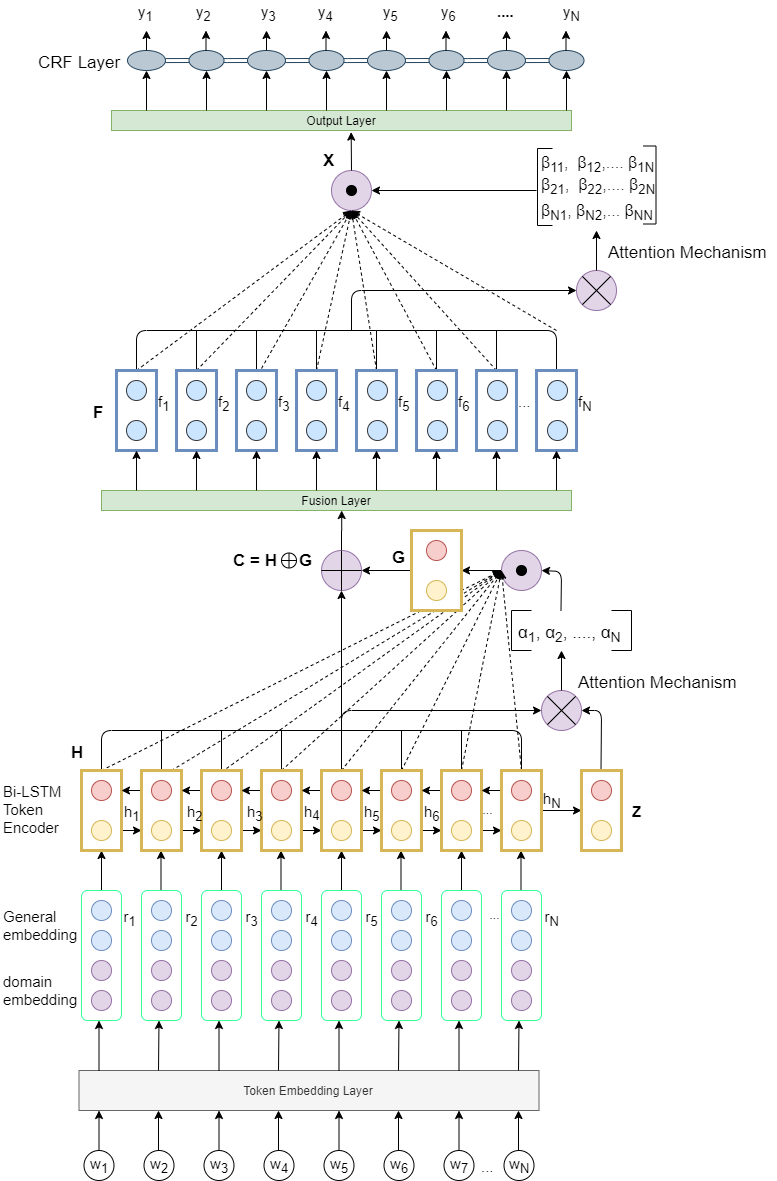
This is HSAN.png from aditya-srikanth/Hierarchical-Self-Attention-Network, a draw.io export, as it was before one commit. Source tidied: cells renumbered, new cells last; positions are measured from the earlier drawing's top-left corner, leaving out a move shared by most shapes.
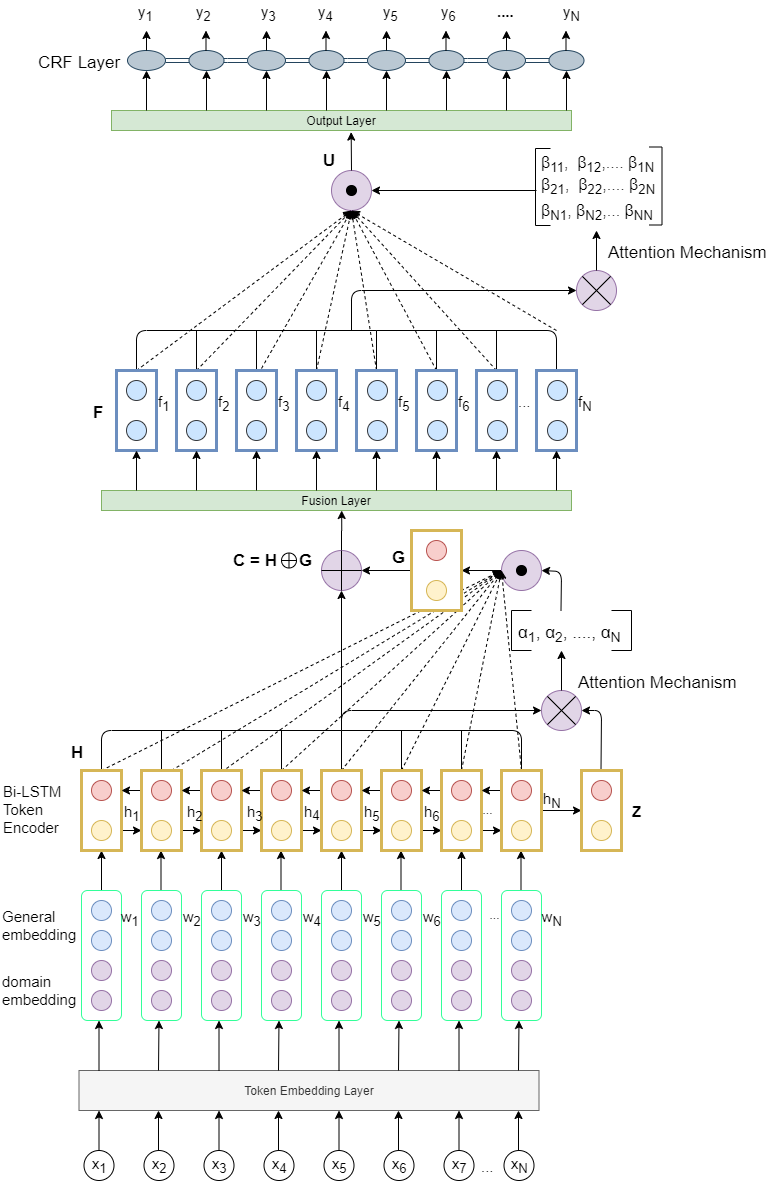
After the commit.

Commit message:
Updated Results and Architecture

Diff of the diagram source:
```diff
@@ -50,28 +50,28 @@
         <mxPoint x="517" y="1110" as="targetPoint" />
       </mxGeometry>
     </mxCell>
-    <mxCell id="10" value="&lt;font style=&quot;font-size: 15px&quot;&gt;w&lt;sub&gt;1&lt;/sub&gt;&lt;/font&gt;" style="ellipse;whiteSpace=wrap;html=1;" parent="1" vertex="1">
+    <mxCell id="10" value="&lt;font style=&quot;font-size: 15px&quot;&gt;x&lt;sub&gt;1&lt;/sub&gt;&lt;/font&gt;" style="ellipse;whiteSpace=wrap;html=1;" parent="1" vertex="1">
       <mxGeometry x="82.5" y="1150" width="30" height="30" as="geometry" />
     </mxCell>
-    <mxCell id="11" value="&lt;span style=&quot;white-space: normal&quot;&gt;&lt;font style=&quot;font-size: 15px&quot;&gt;w&lt;sub&gt;2&lt;/sub&gt;&lt;/font&gt;&lt;/span&gt;" style="ellipse;whiteSpace=wrap;html=1;" parent="1" vertex="1">
+    <mxCell id="11" value="&lt;span style=&quot;white-space: normal&quot;&gt;&lt;font style=&quot;font-size: 15px&quot;&gt;x&lt;sub&gt;2&lt;/sub&gt;&lt;/font&gt;&lt;/span&gt;" style="ellipse;whiteSpace=wrap;html=1;" parent="1" vertex="1">
       <mxGeometry x="142.5" y="1150" width="30" height="30" as="geometry" />
     </mxCell>
-    <mxCell id="12" value="&lt;span style=&quot;white-space: normal&quot;&gt;&lt;font style=&quot;font-size: 15px&quot;&gt;w&lt;sub&gt;3&lt;/sub&gt;&lt;/font&gt;&lt;/span&gt;" style="ellipse;whiteSpace=wrap;html=1;" parent="1" vertex="1">
+    <mxCell id="12" value="&lt;span style=&quot;white-space: normal&quot;&gt;&lt;font style=&quot;font-size: 15px&quot;&gt;x&lt;sub&gt;3&lt;/sub&gt;&lt;/font&gt;&lt;/span&gt;" style="ellipse;whiteSpace=wrap;html=1;" parent="1" vertex="1">
       <mxGeometry x="202.5" y="1150" width="30" height="30" as="geometry" />
     </mxCell>
-    <mxCell id="13" value="&lt;span style=&quot;white-space: normal&quot;&gt;&lt;font style=&quot;font-size: 15px&quot;&gt;w&lt;sub&gt;4&lt;/sub&gt;&lt;/font&gt;&lt;/span&gt;" style="ellipse;whiteSpace=wrap;html=1;" parent="1" vertex="1">
+    <mxCell id="13" value="&lt;span style=&quot;white-space: normal&quot;&gt;&lt;font style=&quot;font-size: 15px&quot;&gt;x&lt;sub&gt;4&lt;/sub&gt;&lt;/font&gt;&lt;/span&gt;" style="ellipse;whiteSpace=wrap;html=1;" parent="1" vertex="1">
       <mxGeometry x="262.5" y="1150" width="30" height="30" as="geometry" />
     </mxCell>
-    <mxCell id="14" value="&lt;span style=&quot;white-space: normal&quot;&gt;&lt;font style=&quot;font-size: 15px&quot;&gt;w&lt;sub&gt;5&lt;/sub&gt;&lt;/font&gt;&lt;/span&gt;" style="ellipse;whiteSpace=wrap;html=1;" parent="1" vertex="1">
+    <mxCell id="14" value="&lt;span style=&quot;white-space: normal&quot;&gt;&lt;font style=&quot;font-size: 15px&quot;&gt;x&lt;sub&gt;5&lt;/sub&gt;&lt;/font&gt;&lt;/span&gt;" style="ellipse;whiteSpace=wrap;html=1;" parent="1" vertex="1">
       <mxGeometry x="322.5" y="1150" width="30" height="30" as="geometry" />
     </mxCell>
-    <mxCell id="15" value="&lt;span style=&quot;white-space: normal&quot;&gt;&lt;font style=&quot;font-size: 15px&quot;&gt;w&lt;sub&gt;6&lt;/sub&gt;&lt;/font&gt;&lt;/span&gt;" style="ellipse;whiteSpace=wrap;html=1;" parent="1" vertex="1">
+    <mxCell id="15" value="&lt;span style=&quot;white-space: normal&quot;&gt;&lt;font style=&quot;font-size: 15px&quot;&gt;x&lt;sub&gt;6&lt;/sub&gt;&lt;/font&gt;&lt;/span&gt;" style="ellipse;whiteSpace=wrap;html=1;" parent="1" vertex="1">
       <mxGeometry x="382.5" y="1150" width="30" height="30" as="geometry" />
     </mxCell>
-    <mxCell id="16" value="&lt;span style=&quot;white-space: normal&quot;&gt;&lt;font style=&quot;font-size: 15px&quot;&gt;w&lt;sub&gt;7&lt;/sub&gt;&lt;/font&gt;&lt;/span&gt;" style="ellipse;whiteSpace=wrap;html=1;" parent="1" vertex="1">
+    <mxCell id="16" value="&lt;span style=&quot;white-space: normal&quot;&gt;&lt;font style=&quot;font-size: 15px&quot;&gt;x&lt;sub&gt;7&lt;/sub&gt;&lt;/font&gt;&lt;/span&gt;" style="ellipse;whiteSpace=wrap;html=1;" parent="1" vertex="1">
       <mxGeometry x="442.5" y="1150" width="30" height="30" as="geometry" />
     </mxCell>
-    <mxCell id="17" value="&lt;span style=&quot;white-space: normal&quot;&gt;&lt;font style=&quot;font-size: 15px&quot;&gt;w&lt;sub&gt;N&lt;/sub&gt;&lt;/font&gt;&lt;/span&gt;" style="ellipse;whiteSpace=wrap;html=1;" parent="1" vertex="1">
+    <mxCell id="17" value="&lt;span style=&quot;white-space: normal&quot;&gt;&lt;font style=&quot;font-size: 15px&quot;&gt;x&lt;sub&gt;N&lt;/sub&gt;&lt;/font&gt;&lt;/span&gt;" style="ellipse;whiteSpace=wrap;html=1;" parent="1" vertex="1">
       <mxGeometry x="502.5" y="1150" width="30" height="30" as="geometry" />
     </mxCell>
     <mxCell id="18" value="Token Embedding Layer" style="rounded=0;whiteSpace=wrap;html=1;fillColor=#f5f5f5;strokeColor=#666666;fontColor=#333333;" parent="1" vertex="1">
@@ -627,10 +627,10 @@
       </mxGeometry>
     </mxCell>
     <mxCell id="137" style="shape=partialRectangle;whiteSpace=wrap;html=1;bottom=1;right=1;left=1;top=0;fillColor=none;routingCenterX=-0.5;rotation=90;" parent="1" vertex="1">
-      <mxGeometry x="505" y="179" width="77" height="15" as="geometry" />
+      <mxGeometry x="503" y="179" width="77" height="15" as="geometry" />
     </mxCell>
     <mxCell id="138" style="shape=partialRectangle;whiteSpace=wrap;html=1;bottom=1;right=1;left=1;top=0;fillColor=none;routingCenterX=-0.5;rotation=-90;" parent="1" vertex="1">
-      <mxGeometry x="609" y="178" width="78" height="13" as="geometry" />
+      <mxGeometry x="615" y="179" width="78" height="13" as="geometry" />
     </mxCell>
     <mxCell id="139" value="&lt;font style=&quot;font-size: 16px&quot;&gt;&lt;span class=&quot;st&quot;&gt;β&lt;/span&gt;&lt;font style=&quot;font-size: 16px&quot;&gt;&lt;sub&gt;11&lt;/sub&gt;,&amp;nbsp; &lt;/font&gt;&lt;span class=&quot;st&quot;&gt;β&lt;/span&gt;&lt;font style=&quot;font-size: 16px&quot;&gt;&lt;sub&gt;12&lt;/sub&gt;,.... &lt;/font&gt;&lt;span class=&quot;st&quot;&gt;β&lt;/span&gt;&lt;font style=&quot;font-size: 16px&quot;&gt;&lt;sub&gt;1N&lt;/sub&gt;&lt;br&gt;&lt;/font&gt;&lt;span class=&quot;st&quot;&gt;β&lt;/span&gt;&lt;font style=&quot;font-size: 16px&quot;&gt;&lt;sub&gt;21&lt;/sub&gt;,&lt;/font&gt;&lt;span class=&quot;st&quot;&gt;&amp;nbsp; β&lt;/span&gt;&lt;font style=&quot;font-size: 16px&quot;&gt;&lt;sub&gt;22&lt;/sub&gt;,.... &lt;/font&gt;&lt;span class=&quot;st&quot;&gt;β&lt;/span&gt;&lt;font style=&quot;font-size: 16px&quot;&gt;&lt;sub&gt;2N&lt;br style=&quot;font-size: 16px&quot;&gt;&lt;/sub&gt;&lt;/font&gt;&lt;span class=&quot;st&quot;&gt;β&lt;/span&gt;&lt;font style=&quot;font-size: 16px&quot;&gt;&lt;sub&gt;N1&lt;/sub&gt;,&lt;/font&gt;&lt;span class=&quot;st&quot;&gt; β&lt;/span&gt;&lt;font style=&quot;font-size: 16px&quot;&gt;&lt;sub&gt;N2&lt;/sub&gt;,... &lt;/font&gt;&lt;span class=&quot;st&quot;&gt;β&lt;/span&gt;&lt;font style=&quot;font-size: 16px&quot;&gt;&lt;sub&gt;NN&lt;/sub&gt;&lt;/font&gt;&lt;/font&gt;" style="text;html=1;align=left;verticalAlign=top;spacingTop=-4;" parent="1" vertex="1">
       <mxGeometry x="537.5" y="150" width="120" height="60" as="geometry" />
@@ -958,29 +958,29 @@
     <mxCell id="230" value="&lt;font style=&quot;font-size: 15px&quot;&gt;domain&lt;br&gt;embedding&lt;/font&gt;" style="text;html=1;align=left;verticalAlign=top;spacingTop=-4;" parent="1" vertex="1">
       <mxGeometry x="-0.5" y="970" width="90" height="30" as="geometry" />
     </mxCell>
-    <mxCell id="231" value="&lt;font style=&quot;font-size: 15px&quot;&gt;r&lt;sub&gt;1&lt;/sub&gt;&lt;/font&gt;" style="text;html=1;align=center;verticalAlign=top;spacingTop=-4;" parent="1" vertex="1">
+    <mxCell id="231" value="&lt;font style=&quot;font-size: 15px&quot;&gt;w&lt;sub&gt;1&lt;/sub&gt;&lt;/font&gt;" style="text;html=1;align=center;verticalAlign=top;spacingTop=-4;" parent="1" vertex="1">
       <mxGeometry x="112.5" y="905" width="30" height="20" as="geometry" />
     </mxCell>
-    <mxCell id="232" value="&lt;font style=&quot;font-size: 15px&quot;&gt;r&lt;sub&gt;2&lt;/sub&gt;&lt;/font&gt;" style="text;html=1;align=center;verticalAlign=top;spacingTop=-4;" parent="1" vertex="1">
+    <mxCell id="232" value="&lt;font style=&quot;font-size: 15px&quot;&gt;w&lt;sub&gt;2&lt;/sub&gt;&lt;/font&gt;" style="text;html=1;align=center;verticalAlign=top;spacingTop=-4;" parent="1" vertex="1">
       <mxGeometry x="175" y="905" width="30" height="20" as="geometry" />
     </mxCell>
-    <mxCell id="233" value="&lt;font style=&quot;font-size: 15px&quot;&gt;r&lt;sub&gt;3&lt;/sub&gt;&lt;/font&gt;" style="text;html=1;align=center;verticalAlign=top;spacingTop=-4;" parent="1" vertex="1">
+    <mxCell id="233" value="&lt;font style=&quot;font-size: 15px&quot;&gt;w&lt;sub&gt;3&lt;/sub&gt;&lt;/font&gt;" style="text;html=1;align=center;verticalAlign=top;spacingTop=-4;" parent="1" vertex="1">
       <mxGeometry x="235" y="905" width="30" height="20" as="geometry" />
     </mxCell>
-    <mxCell id="234" value="&lt;font style=&quot;font-size: 15px&quot;&gt;r&lt;sub&gt;4&lt;/sub&gt;&lt;/font&gt;" style="text;html=1;align=center;verticalAlign=top;spacingTop=-4;" parent="1" vertex="1">
+    <mxCell id="234" value="&lt;font style=&quot;font-size: 15px&quot;&gt;w&lt;sub&gt;4&lt;/sub&gt;&lt;/font&gt;" style="text;html=1;align=center;verticalAlign=top;spacingTop=-4;" parent="1" vertex="1">
       <mxGeometry x="295" y="905" width="30" height="20" as="geometry" />
     </mxCell>
-    <mxCell id="235" value="&lt;font style=&quot;font-size: 15px&quot;&gt;r&lt;sub&gt;5&lt;/sub&gt;&lt;/font&gt;" style="text;html=1;align=center;verticalAlign=top;spacingTop=-4;" parent="1" vertex="1">
+    <mxCell id="235" value="&lt;font style=&quot;font-size: 15px&quot;&gt;w&lt;sub&gt;5&lt;/sub&gt;&lt;/font&gt;" style="text;html=1;align=center;verticalAlign=top;spacingTop=-4;" parent="1" vertex="1">
       <mxGeometry x="355" y="905" width="30" height="20" as="geometry" />
     </mxCell>
-    <mxCell id="236" value="&lt;font style=&quot;font-size: 15px&quot;&gt;r&lt;sub&gt;&lt;font style=&quot;font-size: 12.5px&quot;&gt;6&lt;/font&gt;&lt;/sub&gt;&lt;/font&gt;" style="text;html=1;align=center;verticalAlign=top;spacingTop=-4;fontSize=15;" parent="1" vertex="1">
+    <mxCell id="236" value="&lt;font style=&quot;font-size: 15px&quot;&gt;w&lt;sub&gt;&lt;font style=&quot;font-size: 12.5px&quot;&gt;6&lt;/font&gt;&lt;/sub&gt;&lt;/font&gt;" style="text;html=1;align=center;verticalAlign=top;spacingTop=-4;fontSize=15;" parent="1" vertex="1">
       <mxGeometry x="415" y="905" width="30" height="20" as="geometry" />
     </mxCell>
     <mxCell id="237" value="..." style="text;html=1;align=center;verticalAlign=top;spacingTop=-4;" parent="1" vertex="1">
       <mxGeometry x="477.5" y="905" width="30" height="20" as="geometry" />
     </mxCell>
-    <mxCell id="238" value="&lt;font style=&quot;font-size: 15px&quot;&gt;r&lt;sub&gt;N&lt;/sub&gt;&lt;/font&gt;" style="text;html=1;align=center;verticalAlign=top;spacingTop=-4;" parent="1" vertex="1">
-      <mxGeometry x="535" y="905" width="30" height="20" as="geometry" />
+    <mxCell id="238" value="&lt;font style=&quot;font-size: 15px&quot;&gt;w&lt;sub&gt;N&lt;/sub&gt;&lt;/font&gt;" style="text;html=1;align=center;verticalAlign=top;spacingTop=-4;" parent="1" vertex="1">
+      <mxGeometry x="530" y="905" width="40" height="20" as="geometry" />
     </mxCell>
     <mxCell id="239" style="ellipse;whiteSpace=wrap;html=1;fillColor=#f8cecc;strokeColor=#b85450;" parent="1" vertex="1">
       <mxGeometry x="90" y="780" width="20" height="20" as="geometry" />
@@ -1060,7 +1060,7 @@
     <mxCell id="264" value="&lt;font style=&quot;font-size: 15px ; line-height: 80%&quot;&gt;h&lt;sub&gt;N&lt;/sub&gt;&lt;/font&gt;" style="text;html=1;align=center;verticalAlign=top;spacingTop=-4;spacingBottom=23;" parent="1" vertex="1">
       <mxGeometry x="535" y="790" width="30" height="40" as="geometry" />
     </mxCell>
-    <mxCell id="265" value="&lt;span style=&quot;font-size: 15px&quot;&gt;&lt;b&gt;Z&lt;/b&gt;&lt;/span&gt;" style="text;html=1;align=center;verticalAlign=top;spacingTop=-4;" parent="1" vertex="1">
+    <mxCell id="265" value="&lt;span style=&quot;font-size: 15px&quot;&gt;&lt;b&gt;Z&lt;/b&gt;&lt;br&gt;&lt;/span&gt;" style="text;html=1;align=center;verticalAlign=top;spacingTop=-4;" parent="1" vertex="1">
       <mxGeometry x="625" y="800" width="20" height="20" as="geometry" />
     </mxCell>
     <mxCell id="266" style="ellipse;whiteSpace=wrap;html=1;fillColor=#fff2cc;strokeColor=#d6b656;" parent="1" vertex="1">
@@ -1152,7 +1152,7 @@
     <mxCell id="294" value="&lt;font style=&quot;font-size: 15px&quot;&gt;Bi-LSTM&lt;br&gt;Token&lt;br&gt;Encoder&lt;/font&gt;" style="text;html=1;align=left;verticalAlign=top;spacingTop=-4;" parent="1" vertex="1">
       <mxGeometry y="780" width="70" height="50" as="geometry" />
     </mxCell>
-    <mxCell id="295" value="&lt;b&gt;&lt;font style=&quot;font-size: 17px&quot;&gt;X&lt;/font&gt;&lt;/b&gt;" style="text;html=1;align=left;verticalAlign=top;spacingTop=-4;" parent="1" vertex="1">
+    <mxCell id="295" value="&lt;b&gt;&lt;font style=&quot;font-size: 17px&quot;&gt;U&lt;/font&gt;&lt;/b&gt;" style="text;html=1;align=left;verticalAlign=top;spacingTop=-4;" parent="1" vertex="1">
       <mxGeometry x="320" y="147.5" width="30" height="20" as="geometry" />
     </mxCell>
     <mxCell id="296" value="&lt;font style=&quot;font-size: 15px&quot;&gt;...&lt;/font&gt;" style="text;html=1;align=left;verticalAlign=top;spacingTop=-4;" parent="1" vertex="1">
```
